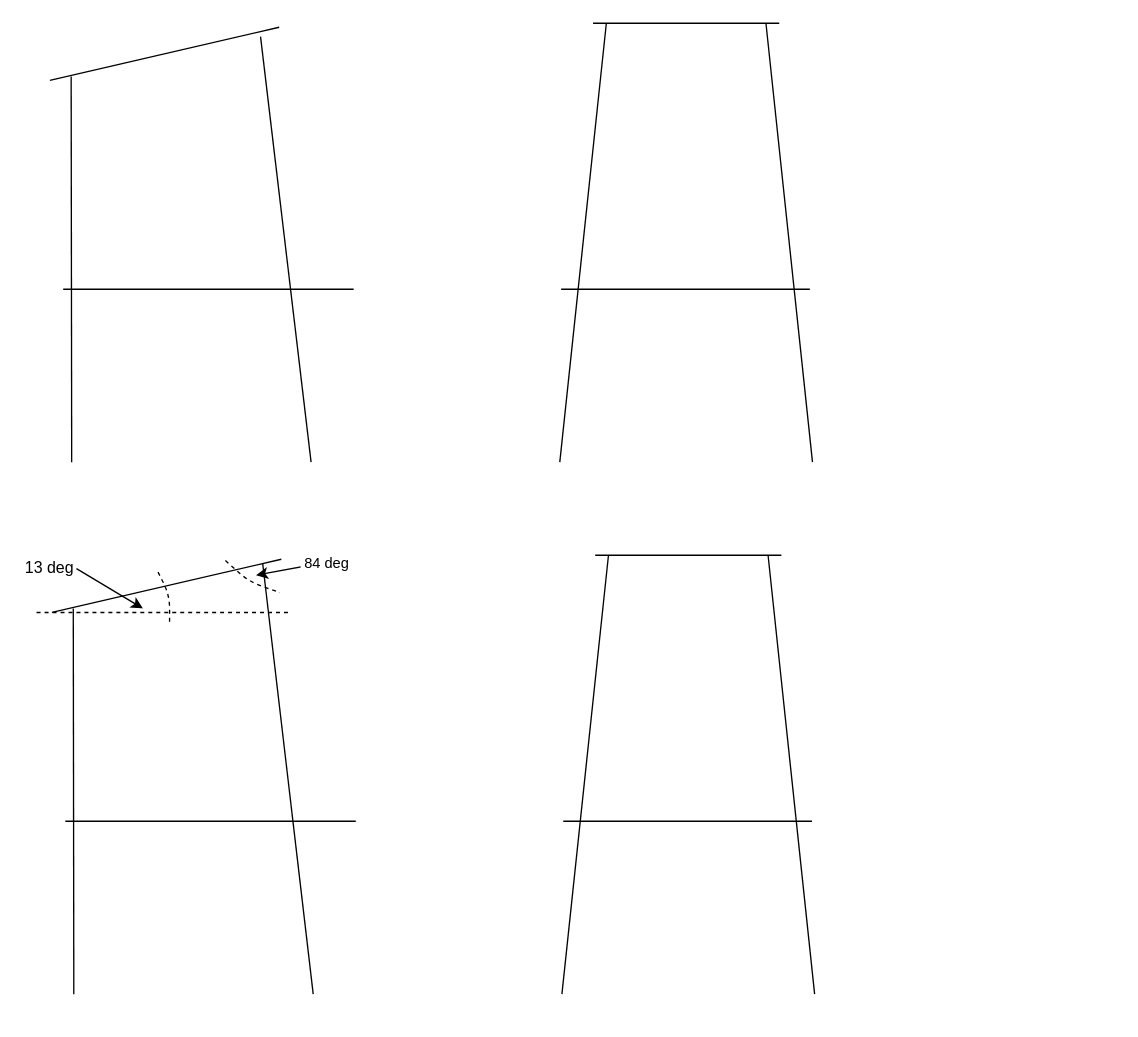
Earlier version of the draw.io diagram lifeguard_chair.drawio (pderoxas/draw.io). Source tidied: cells renumbered, new cells numbered last; positions are measured from the earlier drawing's top-left corner, leaving out a move shared by most shapes. Both pictures are drawn from the tidied source at 133%, with x=0, y=0 at pixel (23, 23).
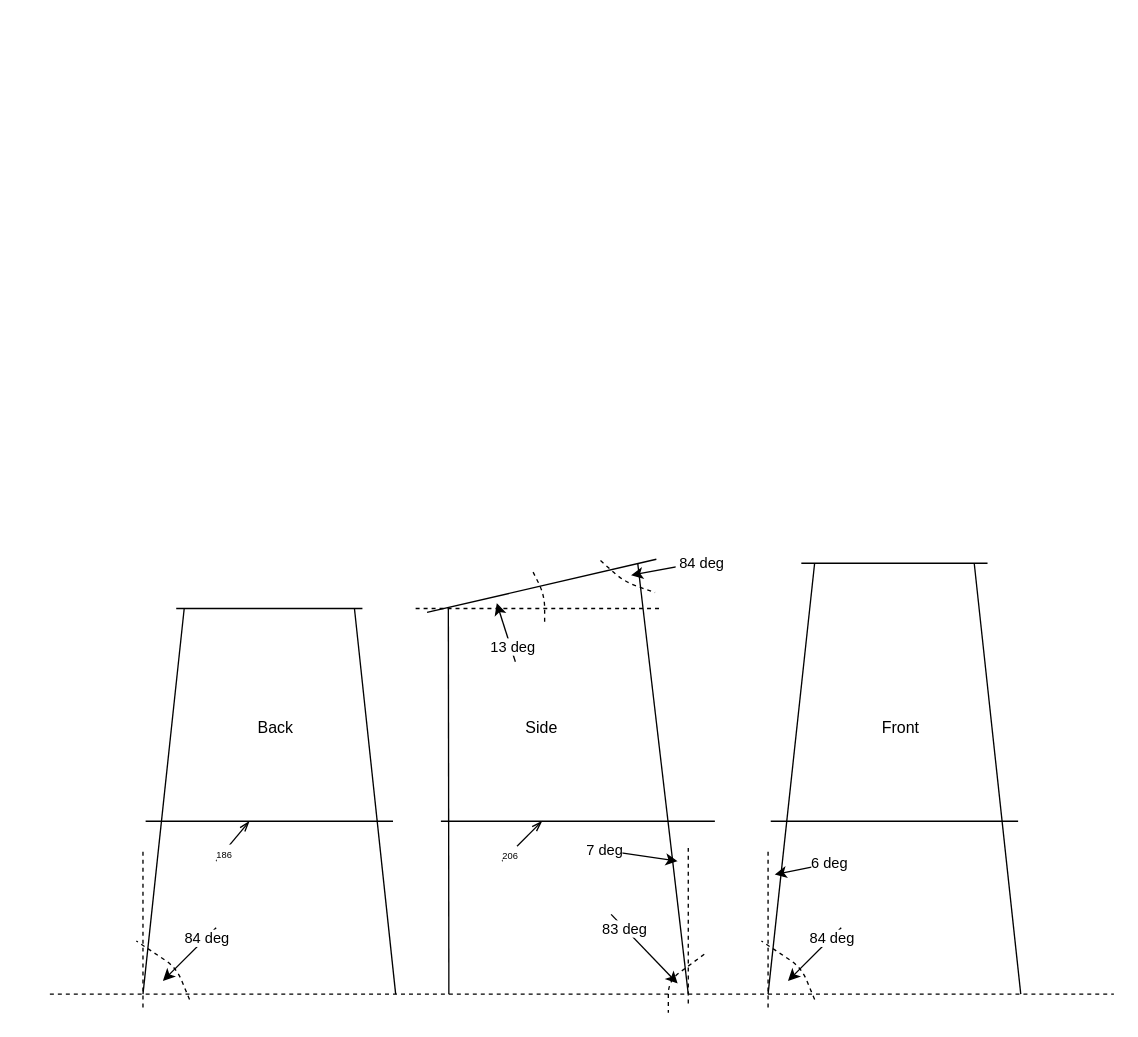
The same page after the edit.

Diff of the diagram source:
```diff
@@
     <mxCell id="2" style="endArrow=none;html=1;shadow=0;strokeWidth=1;" parent="1" edge="1">
       <mxGeometry relative="1" as="geometry">
-        <mxPoint x="38" y="730" as="sourcePoint" />
-        <mxPoint x="37.6" y="440" as="targetPoint" />
+        <mxPoint x="320" y="730" as="sourcePoint" />
+        <mxPoint x="319.6" y="440" as="targetPoint" />
       </mxGeometry>
     </mxCell>
     <mxCell id="3" style="endArrow=none;html=1;shadow=0;strokeWidth=1;" parent="1" edge="1">
       <mxGeometry relative="1" as="geometry">
-        <mxPoint x="218" y="730" as="sourcePoint" />
-        <mxPoint x="180" y="406" as="targetPoint" />
+        <mxPoint x="500" y="730" as="sourcePoint" />
+        <mxPoint x="462" y="406" as="targetPoint" />
       </mxGeometry>
     </mxCell>
     <mxCell id="4" style="endArrow=none;html=1;shadow=0;strokeWidth=1;" parent="1" edge="1">
       <mxGeometry relative="1" as="geometry">
-        <mxPoint x="194" y="403" as="sourcePoint" />
-        <mxPoint x="21.6" y="443" as="targetPoint" />
+        <mxPoint x="476" y="403" as="sourcePoint" />
+        <mxPoint x="303.6" y="443" as="targetPoint" />
       </mxGeometry>
     </mxCell>
     <mxCell id="5" style="endArrow=none;html=1;shadow=0;strokeWidth=1;" parent="1" edge="1">
       <mxGeometry relative="1" as="geometry">
-        <mxPoint x="31.6" y="600" as="sourcePoint" />
-        <mxPoint x="250" y="600" as="targetPoint" />
+        <mxPoint x="314" y="600" as="sourcePoint" />
+        <mxPoint x="520" y="600" as="targetPoint" />
       </mxGeometry>
     </mxCell>
     <mxCell id="6" style="endArrow=none;html=1;shadow=0;strokeWidth=1;" parent="1" edge="1">
       <mxGeometry relative="1" as="geometry">
-        <mxPoint x="405" y="730" as="sourcePoint" />
-        <mxPoint x="440" y="400" as="targetPoint" />
+        <mxPoint x="560" y="730" as="sourcePoint" />
+        <mxPoint x="595" y="406" as="targetPoint" />
       </mxGeometry>
     </mxCell>
     <mxCell id="7" style="endArrow=none;html=1;shadow=0;strokeWidth=1;" parent="1" edge="1">
       <mxGeometry relative="1" as="geometry">
-        <mxPoint x="595" y="730" as="sourcePoint" />
-        <mxPoint x="560" y="400" as="targetPoint" />
+        <mxPoint x="750" y="730" as="sourcePoint" />
+        <mxPoint x="715" y="406" as="targetPoint" />
       </mxGeometry>
     </mxCell>
     <mxCell id="8" style="endArrow=none;html=1;shadow=0;strokeWidth=1;" parent="1" edge="1">
       <mxGeometry relative="1" as="geometry">
-        <mxPoint x="570" y="400" as="sourcePoint" />
-        <mxPoint x="430" y="400" as="targetPoint" />
+        <mxPoint x="725" y="406" as="sourcePoint" />
+        <mxPoint x="585" y="406" as="targetPoint" />
       </mxGeometry>
     </mxCell>
     <mxCell id="9" style="endArrow=none;html=1;shadow=0;strokeWidth=1;" parent="1" edge="1">
       <mxGeometry relative="1" as="geometry">
-        <mxPoint x="406" y="600" as="sourcePoint" />
-        <mxPoint x="593" y="600" as="targetPoint" />
+        <mxPoint x="562" y="600" as="sourcePoint" />
+        <mxPoint x="748" y="600" as="targetPoint" />
       </mxGeometry>
     </mxCell>
-    <mxCell id="10" style="endArrow=none;html=1;shadow=0;strokeWidth=1;" parent="1" edge="1">
-      <mxGeometry relative="1" as="geometry">
-        <mxPoint x="36.4" y="330" as="sourcePoint" />
-        <mxPoint x="36" y="40" as="targetPoint" />
-      </mxGeometry>
-    </mxCell>
-    <mxCell id="11" style="endArrow=none;html=1;shadow=0;strokeWidth=1;" parent="1" edge="1">
-      <mxGeometry relative="1" as="geometry">
-        <mxPoint x="216.4" y="330" as="sourcePoint" />
-        <mxPoint x="178.4" y="10" as="targetPoint" />
-      </mxGeometry>
-    </mxCell>
-    <mxCell id="12" style="endArrow=none;html=1;shadow=0;strokeWidth=1;" parent="1" edge="1">
-      <mxGeometry relative="1" as="geometry">
-        <mxPoint x="192.4" y="3" as="sourcePoint" />
-        <mxPoint x="20" y="43" as="targetPoint" />
-      </mxGeometry>
-    </mxCell>
-    <mxCell id="13" style="endArrow=none;html=1;shadow=0;strokeWidth=1;" parent="1" edge="1">
-      <mxGeometry relative="1" as="geometry">
-        <mxPoint x="30" y="200" as="sourcePoint" />
-        <mxPoint x="248.4" y="200" as="targetPoint" />
-      </mxGeometry>
-    </mxCell>
-    <mxCell id="14" style="endArrow=none;html=1;shadow=0;strokeWidth=1;" parent="1" edge="1">
-      <mxGeometry relative="1" as="geometry">
-        <mxPoint x="403.4" y="330" as="sourcePoint" />
-        <mxPoint x="438.4" as="targetPoint" />
-      </mxGeometry>
-    </mxCell>
-    <mxCell id="15" style="endArrow=none;html=1;shadow=0;strokeWidth=1;" parent="1" edge="1">
-      <mxGeometry relative="1" as="geometry">
-        <mxPoint x="593.4" y="330" as="sourcePoint" />
-        <mxPoint x="558.4" as="targetPoint" />
-      </mxGeometry>
-    </mxCell>
-    <mxCell id="16" style="endArrow=none;html=1;shadow=0;strokeWidth=1;" parent="1" edge="1">
-      <mxGeometry relative="1" as="geometry">
-        <mxPoint x="568.4" as="sourcePoint" />
-        <mxPoint x="428.4" as="targetPoint" />
-      </mxGeometry>
-    </mxCell>
-    <mxCell id="17" style="endArrow=none;html=1;shadow=0;strokeWidth=1;" parent="1" edge="1">
-      <mxGeometry relative="1" as="geometry">
-        <mxPoint x="404.4" y="200" as="sourcePoint" />
-        <mxPoint x="591.4" y="200" as="targetPoint" />
-      </mxGeometry>
-    </mxCell>
     <mxCell id="18" style="endArrow=none;html=1;strokeWidth=1;dashed=1;" parent="1" edge="1">
       <mxGeometry relative="1" as="geometry">
-        <mxPoint x="10" y="443" as="sourcePoint" />
-        <mxPoint x="200" y="443" as="targetPoint" />
+        <mxPoint x="295" y="440" as="sourcePoint" />
+        <mxPoint x="480" y="440" as="targetPoint" />
       </mxGeometry>
     </mxCell>
+    <mxCell id="20" style="endArrow=classic;html=1;strokeWidth=1;" parent="1" edge="1">
+      <mxGeometry relative="1" as="geometry">
+        <mxPoint x="370" y="480" as="sourcePoint" />
+        <mxPoint x="356" y="436" as="targetPoint" />
+      </mxGeometry>
+    </mxCell>
-    <mxCell id="19" value="13 deg" style="text;html=1;strokeColor=none;fillColor=none;align=center;verticalAlign=middle;whiteSpace=wrap;rounded=0;strokeWidth=1;" parent="1" vertex="1">
-      <mxGeometry y="400" width="40" height="20" as="geometry" />
+    <mxCell id="19" value="13 deg" style="edgeLabel;html=1;align=center;verticalAlign=middle;points=[];" parent="20" vertex="1">
+      <mxGeometry x="-0.48" y="-1" relative="1" as="geometry" />
     </mxCell>
-    <mxCell id="20" style="endArrow=classic;html=1;strokeWidth=1;exitX=1;exitY=0.5;exitDx=0;exitDy=0;" parent="1" edge="1" source="19">
-      <mxGeometry relative="1" as="geometry">
-        <mxPoint x="90" y="440" as="targetPoint" />
-      </mxGeometry>
-    </mxCell>
     <mxCell id="21" style="endArrow=none;html=1;strokeWidth=1;dashed=1;" parent="1" edge="1">
       <mxGeometry relative="1" as="geometry">
-        <mxPoint x="110" y="450" as="sourcePoint" />
-        <mxPoint x="100" y="410" as="targetPoint" />
+        <mxPoint x="392" y="450" as="sourcePoint" />
+        <mxPoint x="382" y="410" as="targetPoint" />
         <Array as="points">
-          <mxPoint x="110" y="430" />
+          <mxPoint x="392" y="430" />
         </Array>
       </mxGeometry>
     </mxCell>
     <mxCell id="22" style="endArrow=none;html=1;strokeWidth=1;dashed=1;" parent="1" edge="1">
       <mxGeometry relative="1" as="geometry">
-        <mxPoint x="152" y="404" as="sourcePoint" />
-        <mxPoint x="193" y="428" as="targetPoint" />
+        <mxPoint x="434" y="404" as="sourcePoint" />
+        <mxPoint x="475" y="428" as="targetPoint" />
         <Array as="points">
-          <mxPoint x="170" y="420" />
+          <mxPoint x="452" y="420" />
         </Array>
       </mxGeometry>
     </mxCell>
     <mxCell id="23" style="endArrow=classic;html=1;strokeWidth=1;" parent="1" edge="1">
       <mxGeometry relative="1" as="geometry">
-        <mxPoint x="240" y="403" as="sourcePoint" />
-        <mxPoint x="175" y="415" as="targetPoint" />
+        <mxPoint x="522" y="403" as="sourcePoint" />
+        <mxPoint x="457" y="415" as="targetPoint" />
       </mxGeometry>
     </mxCell>
@@
+    <mxCell id="25" style="endArrow=none;html=1;strokeWidth=1;dashed=1;" parent="1" edge="1">
+      <mxGeometry relative="1" as="geometry">
+        <mxPoint x="512" y="700" as="sourcePoint" />
+        <mxPoint x="485" y="744" as="targetPoint" />
+        <Array as="points">
+          <mxPoint x="485" y="720" />
+        </Array>
+      </mxGeometry>
+    </mxCell>
+    <mxCell id="26" style="endArrow=classic;html=1;strokeWidth=1;" parent="1" edge="1">
+      <mxGeometry relative="1" as="geometry">
+        <mxPoint x="442" y="670" as="sourcePoint" />
+        <mxPoint x="492" y="722" as="targetPoint" />
+      </mxGeometry>
+    </mxCell>
+    <mxCell id="27" value="83 deg" style="edgeLabel;html=1;align=center;verticalAlign=middle;" parent="26" vertex="1">
+      <mxGeometry x="-0.61" relative="1" as="geometry" />
+    </mxCell>
+    <mxCell id="28" style="endArrow=none;html=1;strokeWidth=1;dashed=1;" parent="1" edge="1">
+      <mxGeometry relative="1" as="geometry">
+        <mxPoint x="595" y="734" as="sourcePoint" />
+        <mxPoint x="555" y="690" as="targetPoint" />
+        <Array as="points">
+          <mxPoint x="585" y="710" />
+        </Array>
+      </mxGeometry>
+    </mxCell>
+    <mxCell id="29" style="endArrow=classic;html=1;strokeWidth=1;" parent="1" edge="1">
+      <mxGeometry relative="1" as="geometry">
+        <mxPoint x="615" y="680" as="sourcePoint" />
+        <mxPoint x="575" y="720" as="targetPoint" />
+      </mxGeometry>
+    </mxCell>
+    <mxCell id="30" value="84 deg" style="edgeLabel;html=1;align=center;verticalAlign=middle;" parent="29" vertex="1">
+      <mxGeometry x="-0.61" relative="1" as="geometry" />
+    </mxCell>
+    <mxCell id="31" style="endArrow=none;html=1;strokeWidth=1;dashed=1;" parent="1" edge="1">
+      <mxGeometry relative="1" as="geometry">
+        <mxPoint x="560" y="623" as="sourcePoint" />
+        <mxPoint x="560" y="740" as="targetPoint" />
+      </mxGeometry>
+    </mxCell>
+    <mxCell id="32" style="endArrow=classic;html=1;strokeWidth=1;" parent="1" edge="1">
+      <mxGeometry relative="1" as="geometry">
+        <mxPoint x="615" y="630" as="sourcePoint" />
+        <mxPoint x="565" y="640" as="targetPoint" />
+      </mxGeometry>
+    </mxCell>
+    <mxCell id="33" value="6 deg" style="edgeLabel;html=1;align=center;verticalAlign=middle;" parent="32" vertex="1">
+      <mxGeometry x="-0.61" relative="1" as="geometry" />
+    </mxCell>
+    <mxCell id="34" style="endArrow=none;html=1;strokeWidth=1;dashed=1;" parent="1" edge="1">
+      <mxGeometry relative="1" as="geometry">
+        <mxPoint x="500" y="620" as="sourcePoint" />
+        <mxPoint x="500" y="740" as="targetPoint" />
+      </mxGeometry>
+    </mxCell>
+    <mxCell id="35" style="endArrow=classic;html=1;strokeWidth=1;" parent="1" edge="1">
+      <mxGeometry relative="1" as="geometry">
+        <mxPoint x="424" y="620" as="sourcePoint" />
+        <mxPoint x="492" y="630" as="targetPoint" />
+      </mxGeometry>
+    </mxCell>
+    <mxCell id="36" value="7 deg" style="edgeLabel;html=1;align=center;verticalAlign=middle;" parent="35" vertex="1">
+      <mxGeometry x="-0.61" relative="1" as="geometry" />
+    </mxCell>
+    <mxCell id="37" value="Front" style="text;html=1;strokeColor=none;fillColor=none;align=center;verticalAlign=middle;whiteSpace=wrap;rounded=0;" parent="1" vertex="1">
+      <mxGeometry x="640" y="520" width="40" height="20" as="geometry" />
+    </mxCell>
+    <mxCell id="38" value="Side" style="text;html=1;strokeColor=none;fillColor=none;align=center;verticalAlign=middle;whiteSpace=wrap;rounded=0;" parent="1" vertex="1">
+      <mxGeometry x="370" y="520" width="40" height="20" as="geometry" />
+    </mxCell>
+    <mxCell id="39" style="endArrow=none;html=1;shadow=0;strokeWidth=1;" parent="1" edge="1">
+      <mxGeometry relative="1" as="geometry">
+        <mxPoint x="90" y="730" as="sourcePoint" />
+        <mxPoint x="121" y="440" as="targetPoint" />
+      </mxGeometry>
+    </mxCell>
+    <mxCell id="40" style="endArrow=none;html=1;shadow=0;strokeWidth=1;" parent="1" edge="1">
+      <mxGeometry relative="1" as="geometry">
+        <mxPoint x="280" y="730" as="sourcePoint" />
+        <mxPoint x="249" y="440" as="targetPoint" />
+      </mxGeometry>
+    </mxCell>
+    <mxCell id="41" style="endArrow=none;html=1;shadow=0;strokeWidth=1;" parent="1" edge="1">
+      <mxGeometry relative="1" as="geometry">
+        <mxPoint x="255" y="440" as="sourcePoint" />
+        <mxPoint x="115" y="440" as="targetPoint" />
+      </mxGeometry>
+    </mxCell>
+    <mxCell id="42" style="endArrow=none;html=1;shadow=0;strokeWidth=1;" parent="1" edge="1">
+      <mxGeometry relative="1" as="geometry">
+        <mxPoint x="92" y="600" as="sourcePoint" />
+        <mxPoint x="278" y="600" as="targetPoint" />
+      </mxGeometry>
+    </mxCell>
+    <mxCell id="43" style="endArrow=none;html=1;strokeWidth=1;dashed=1;" parent="1" edge="1">
+      <mxGeometry relative="1" as="geometry">
+        <mxPoint x="125" y="734" as="sourcePoint" />
+        <mxPoint x="85" y="690" as="targetPoint" />
+        <Array as="points">
+          <mxPoint x="115" y="710" />
+        </Array>
+      </mxGeometry>
+    </mxCell>
+    <mxCell id="44" style="endArrow=classic;html=1;strokeWidth=1;" parent="1" edge="1">
+      <mxGeometry relative="1" as="geometry">
+        <mxPoint x="145" y="680" as="sourcePoint" />
+        <mxPoint x="105" y="720" as="targetPoint" />
+      </mxGeometry>
+    </mxCell>
+    <mxCell id="45" value="84 deg" style="edgeLabel;html=1;align=center;verticalAlign=middle;" parent="44" vertex="1">
+      <mxGeometry x="-0.61" relative="1" as="geometry" />
+    </mxCell>
+    <mxCell id="46" style="endArrow=none;html=1;strokeWidth=1;dashed=1;" parent="1" edge="1">
+      <mxGeometry relative="1" as="geometry">
+        <mxPoint x="90" y="623" as="sourcePoint" />
+        <mxPoint x="90" y="740" as="targetPoint" />
+      </mxGeometry>
+    </mxCell>
+    <mxCell id="47" style="endArrow=openThin;html=1;strokeWidth=1;endFill=0;" parent="1" edge="1">
+      <mxGeometry relative="1" as="geometry">
+        <mxPoint x="145" y="630" as="sourcePoint" />
+        <mxPoint x="170" y="600" as="targetPoint" />
+      </mxGeometry>
+    </mxCell>
+    <mxCell id="48" value="&lt;font style=&quot;font-size: 7px&quot;&gt;186&lt;/font&gt;" style="edgeLabel;html=1;align=center;verticalAlign=middle;" parent="47" vertex="1">
+      <mxGeometry x="-0.61" relative="1" as="geometry" />
+    </mxCell>
+    <mxCell id="49" value="Back" style="text;html=1;strokeColor=none;fillColor=none;align=center;verticalAlign=middle;whiteSpace=wrap;rounded=0;" parent="1" vertex="1">
+      <mxGeometry x="170" y="520" width="40" height="20" as="geometry" />
+    </mxCell>
+    <mxCell id="50" style="endArrow=none;html=1;strokeWidth=1;dashed=1;" parent="1" edge="1">
+      <mxGeometry relative="1" as="geometry">
+        <mxPoint x="20" y="730" as="sourcePoint" />
+        <mxPoint x="820" y="730" as="targetPoint" />
+      </mxGeometry>
+    </mxCell>
+    <mxCell id="51" style="endArrow=openThin;html=1;strokeWidth=1;endFill=0;" parent="1" edge="1">
+      <mxGeometry relative="1" as="geometry">
+        <mxPoint x="360" y="630" as="sourcePoint" />
+        <mxPoint x="390" y="600" as="targetPoint" />
+      </mxGeometry>
+    </mxCell>
+    <mxCell id="52" value="&lt;font style=&quot;font-size: 7px&quot;&gt;206&lt;/font&gt;" style="edgeLabel;html=1;align=center;verticalAlign=middle;" parent="51" vertex="1">
+      <mxGeometry x="-0.61" relative="1" as="geometry" />
+    </mxCell>
```
